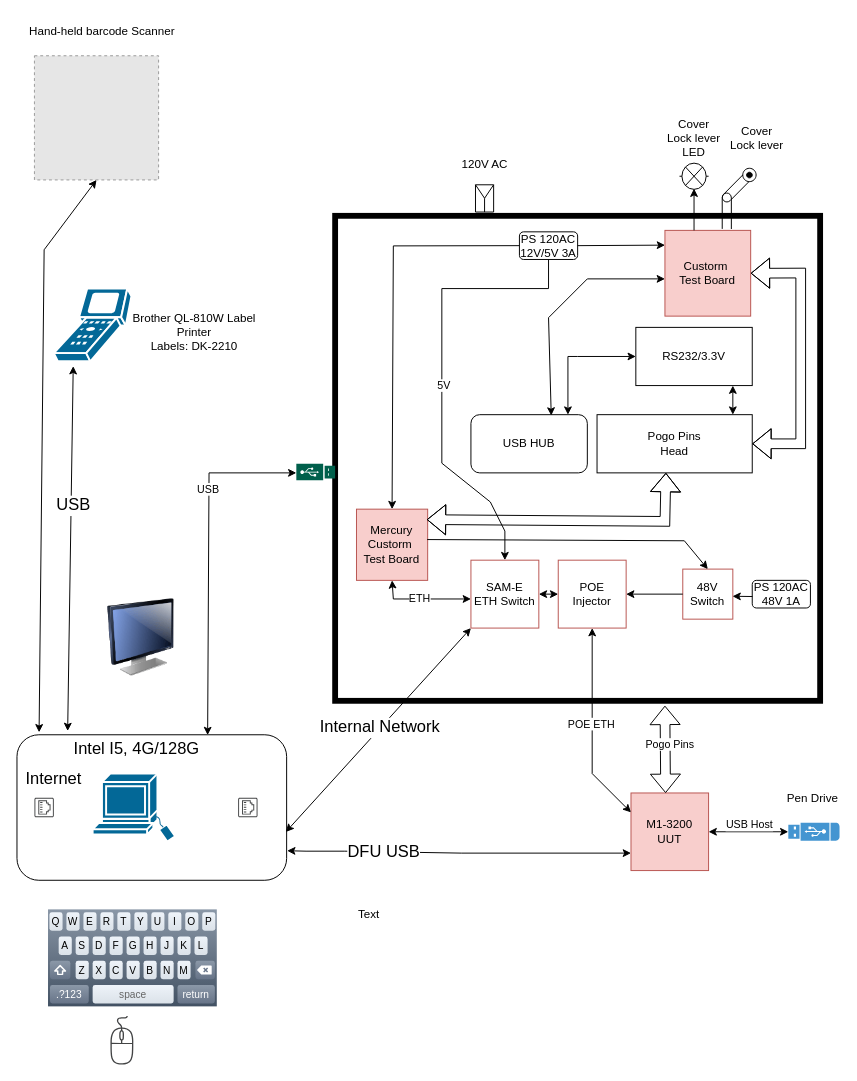
The draw.io diagram doc/Legacy Test Fixture Documentation/Project Notes/test fixture MNP.drawio in lbuchman/m1-platform, before the edit. Source tidied: cells renumbered, new cells numbered last; positions are measured from the earlier drawing's top-left corner, leaving out a move shared by most shapes. Both pictures are drawn from the tidied source at 97%, with x=0, y=0 at pixel (16, 16). Pictures stored in the file or linked from it are replaced by grey dashed boxes.
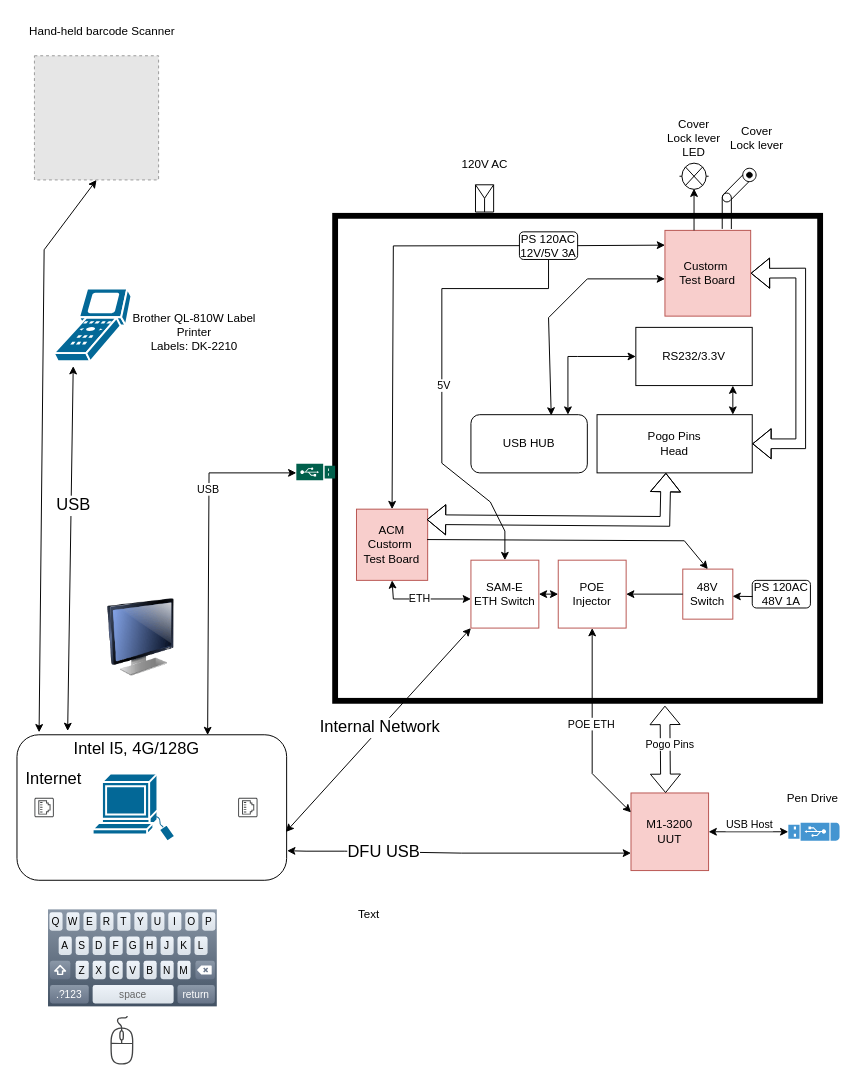
After the change.

Diff of the diagram source:
```diff
@@
-    <mxCell id="46" value="Mercury Custorm&amp;nbsp;&lt;br&gt;Test Board" style="whiteSpace=wrap;html=1;fillColor=#f8cecc;strokeColor=#b85450;" parent="1" vertex="1">
+    <mxCell id="46" value="ACM Custorm&amp;nbsp;&lt;br&gt;Test Board" style="whiteSpace=wrap;html=1;fillColor=#f8cecc;strokeColor=#b85450;" parent="1" vertex="1">
       <mxGeometry x="350" y="507.4" width="73.4" height="73.4" as="geometry" />
     </mxCell>
```
